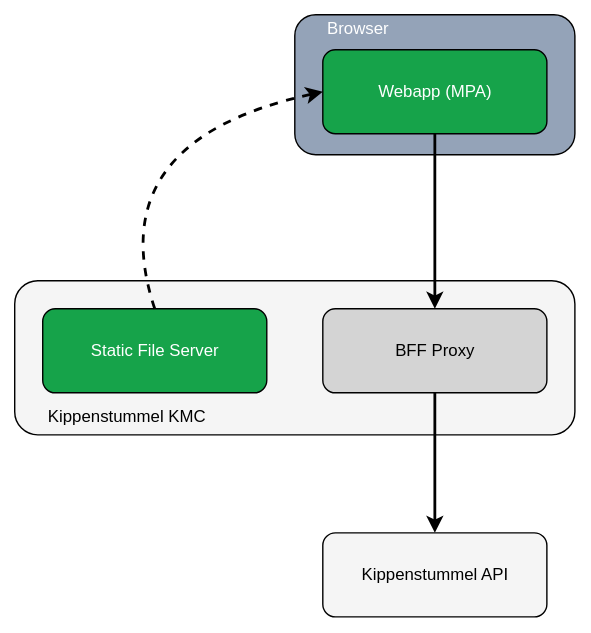
Above: docs/images/architecture-overview.svg in MuellerConstantin/kippenstummel-kmc (draw.io), before the change. Source tidied: cells renumbered, new cells last; positions are measured from the earlier drawing's top-left corner, leaving out a move shared by most shapes.
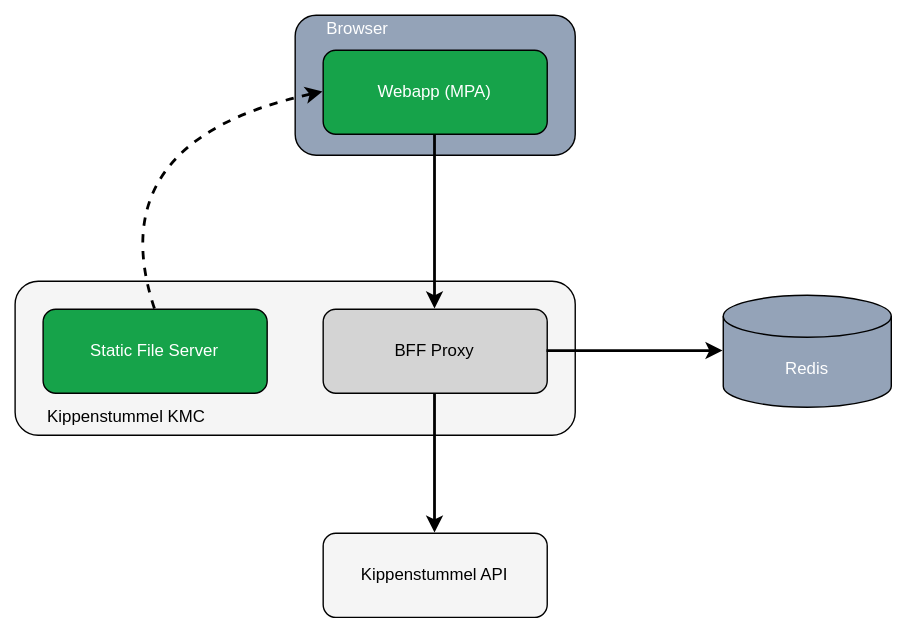
After the commit.

Change to the diagram source:
```diff
@@ -2,9 +2,12 @@
   <root>
     <mxCell id="0" />
     <mxCell id="1" parent="0" />
-    <mxCell id="2" style="rounded=1;whiteSpace=wrap;html=1;fillColor=#F5F5F5;" parent="1" vertex="1">
-      <mxGeometry y="190" width="400" height="110" as="geometry" />
-    </mxCell>
+    <mxCell id="13" value="&lt;span style=&quot;color: rgb(255, 255, 255);&quot;&gt;Redis&lt;/span&gt;" style="shape=cylinder3;whiteSpace=wrap;html=1;boundedLbl=1;backgroundOutline=1;size=15;fillColor=#94A3B8;" parent="1" vertex="1">
+      <mxGeometry x="505.7" y="200" width="120" height="80" as="geometry" />
+    </mxCell>
+    <mxCell id="14" style="rounded=1;whiteSpace=wrap;html=1;fillColor=#F5F5F5;" parent="1" vertex="1">
+      <mxGeometry y="190" width="400" height="110" as="geometry" />
+    </mxCell>
     <mxCell id="3" value="&lt;span style=&quot;&quot;&gt;Static File Server&lt;/span&gt;" style="rounded=1;whiteSpace=wrap;html=1;fillColor=#16A34A;strokeColor=#000000;fontColor=#FFFFFF;" parent="1" vertex="1">
       <mxGeometry x="20" y="210" width="160" height="60" as="geometry" />
     </mxCell>
@@ -14,9 +17,9 @@
     <mxCell id="5" value="BFF Proxy" style="rounded=1;whiteSpace=wrap;html=1;fillColor=#D4D4D4;strokeColor=#000000;" parent="1" vertex="1">
       <mxGeometry x="220" y="210" width="160" height="60" as="geometry" />
     </mxCell>
-    <mxCell id="6" style="rounded=1;whiteSpace=wrap;html=1;fillColor=#94A3B8;strokeColor=#000000;" parent="1" vertex="1">
-      <mxGeometry x="200" width="200" height="100" as="geometry" />
-    </mxCell>
+    <mxCell id="15" style="rounded=1;whiteSpace=wrap;html=1;fillColor=#94A3B8;strokeColor=#000000;" parent="1" vertex="1">
+      <mxGeometry x="200" width="200" height="100" as="geometry" />
+    </mxCell>
     <mxCell id="7" style="edgeStyle=orthogonalEdgeStyle;rounded=0;jettySize=auto;html=1;exitX=0.5;exitY=1;exitDx=0;exitDy=0;entryX=0.5;entryY=0;entryDx=0;entryDy=0;strokeWidth=2;" parent="1" edge="1" source="8" target="5">
       <mxGeometry relative="1" as="geometry" />
     </mxCell>
@@ -39,5 +42,8 @@
     <mxCell id="12" value="Kippenstummel API" style="rounded=1;whiteSpace=wrap;html=1;fillColor=#F5F5F5;" parent="1" vertex="1">
       <mxGeometry x="220" y="370" width="160" height="60" as="geometry" />
     </mxCell>
+    <mxCell id="16" style="edgeStyle=orthogonalEdgeStyle;rounded=0;jettySize=auto;html=1;exitX=1;exitY=0.5;exitDx=0;exitDy=0;entryX=0;entryY=0.5;entryDx=0;entryDy=0;entryPerimeter=0;strokeWidth=2;" parent="1" edge="1" source="5" target="13">
+      <mxGeometry relative="1" as="geometry" />
+    </mxCell>
   </root>
 </mxGraphModel>
```
